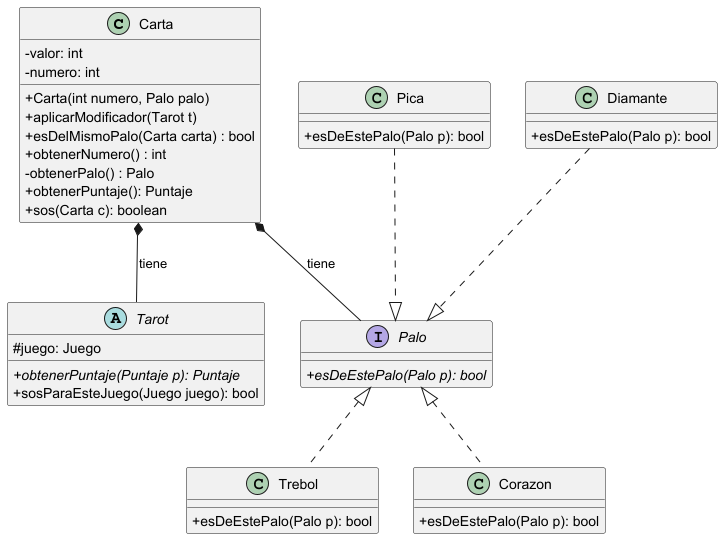
The PlantUML diagram diagrams/classes/Carta.png in facukresta/g06-tp2-2c-2024, before a commit.
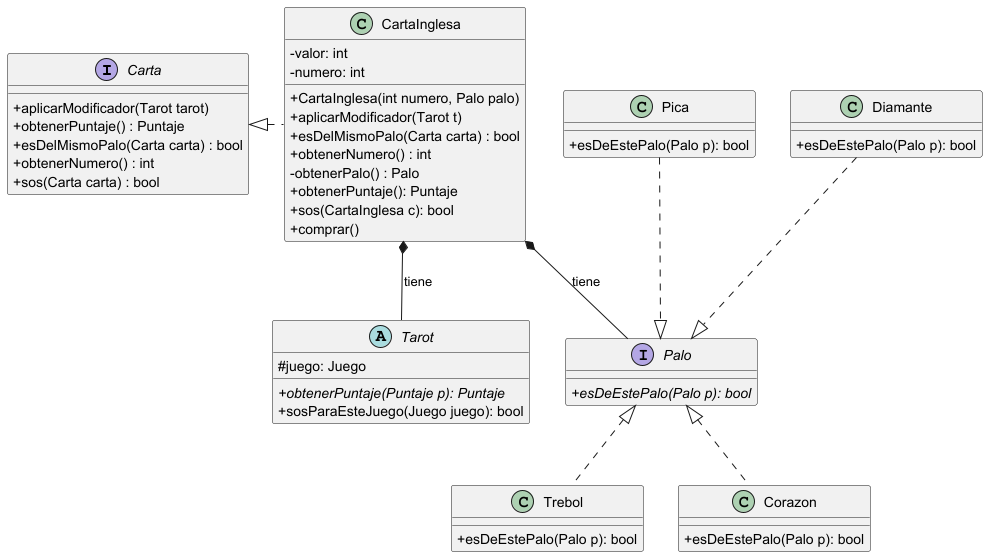
Later version of the same file.

What changed in the source:
```diff
@@ -1,15 +1,25 @@
 @startuml Carta
 skinparam classAttributeIconSize 0
-class Carta {
+
+interface Carta {
+    +aplicarModificador(Tarot tarot)
+    +obtenerPuntaje() : Puntaje
+    +esDelMismoPalo(Carta carta) : bool
+    +obtenerNumero() : int
+    +sos(Carta carta) : bool
+}
+
+class CartaInglesa {
 -valor: int
 -numero: int
-+Carta(int numero, Palo palo)
++CartaInglesa(int numero, Palo palo)
 +aplicarModificador(Tarot t)
 +esDelMismoPalo(Carta carta) : bool
 +obtenerNumero() : int
 -obtenerPalo() : Palo
 +obtenerPuntaje(): Puntaje
-+sos(Carta c): boolean
++sos(CartaInglesa c): bool
++comprar()
 }
 
 abstract class Tarot{
@@ -18,13 +28,13 @@
 +sosParaEsteJuego(Juego juego): bool
 }
 
-Carta *-- Tarot :tiene
+CartaInglesa *-- Tarot :tiene
 
 interface Palo {
 +{abstract}esDeEstePalo(Palo p): bool
 }
 
-Carta *-- Palo :tiene
+CartaInglesa *-- Palo :tiene
 
 class Trebol {
 +esDeEstePalo(Palo p): bool
@@ -46,5 +56,6 @@
 Corazon .up.|> Palo
 Diamante .down.|> Palo
 Pica .down.|> Palo
+CartaInglesa .left.|> Carta
 
 @enduml
```
